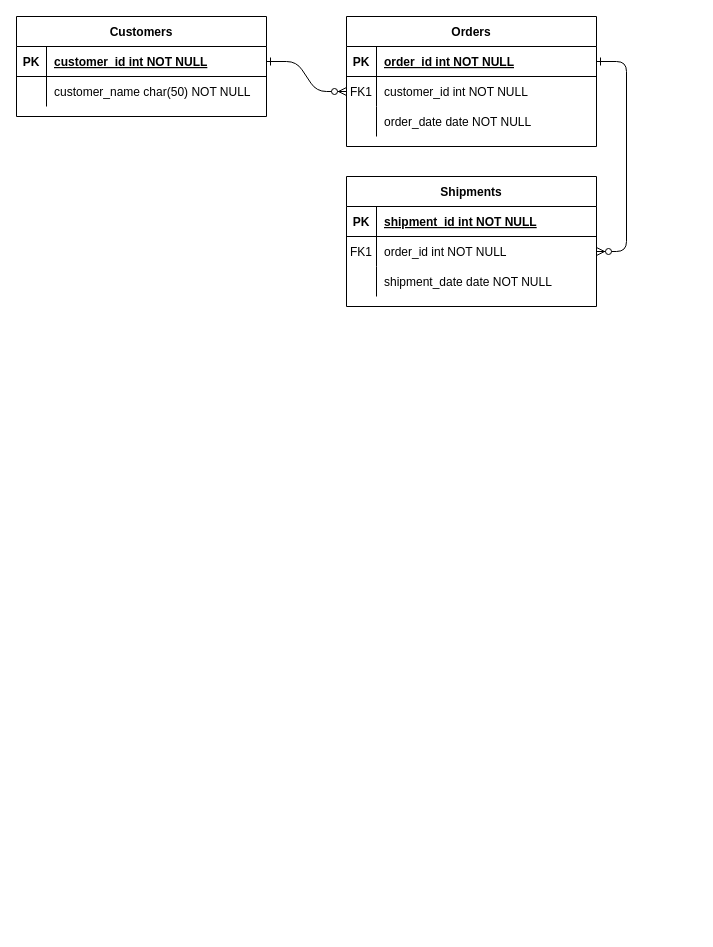
The draw.io diagram Untitled Diagram.drawio in Tr3kkR/Kenneth, before the edit. Source tidied: cells renumbered, new cells numbered last; positions are measured from the earlier drawing's top-left corner, leaving out a move shared by most shapes. Both pictures are drawn from the tidied source at 100%, with x=0, y=0 at pixel (16, 16).
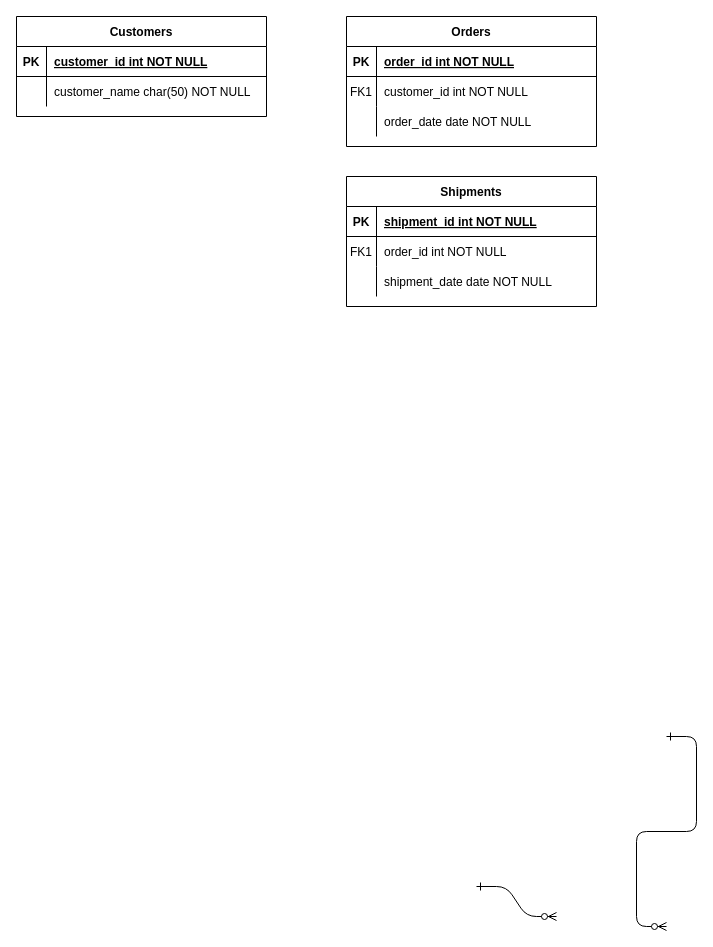
Above is the later version.

Commit message:
Kenneth Database Design.drawio

Unchanged cells that the change refers to:
```xml
<mxCell id="5" style="shape=partialRectangle;fillColor=none;points=[[0,0.5],[1,0.5]];portConstraint=eastwest;top=0;left=0;right=0;bottom=1;" parent="4" vertex="1">
  <mxGeometry y="30" width="250" height="30" as="geometry" />
</mxCell>
<mxCell id="8" style="shape=partialRectangle;fillColor=none;points=[[0,0.5],[1,0.5]];portConstraint=eastwest;top=0;left=0;right=0;bottom=0;" parent="4" vertex="1">
  <mxGeometry y="60" width="250" height="30" as="geometry" />
</mxCell>
<mxCell id="18" style="shape=partialRectangle;fillColor=none;points=[[0,0.5],[1,0.5]];portConstraint=eastwest;top=0;left=0;right=0;bottom=0;" parent="14" vertex="1">
  <mxGeometry y="60" width="250" height="30" as="geometry" />
</mxCell>
<mxCell id="25" style="shape=partialRectangle;fillColor=none;points=[[0,0.5],[1,0.5]];portConstraint=eastwest;top=0;left=0;right=0;bottom=1;" parent="24" vertex="1">
  <mxGeometry y="30" width="250" height="30" as="geometry" />
</mxCell>
```

Change to the diagram source:
```diff
@@
-    <mxCell id="2" style="edgeStyle=entityRelationEdgeStyle;endArrow=ERzeroToMany;startArrow=ERone;endFill=1;startFill=0;" parent="1" edge="1" source="25" target="8">
-      <mxGeometry relative="1" as="geometry" />
+    <mxCell id="2" style="edgeStyle=entityRelationEdgeStyle;endArrow=ERzeroToMany;startArrow=ERone;endFill=1;startFill=0;" parent="1" edge="1">
+      <mxGeometry relative="1" as="geometry">
+        <mxPoint x="460" y="870" as="sourcePoint" />
+        <mxPoint x="540" y="900" as="targetPoint" />
+      </mxGeometry>
     </mxCell>
-    <mxCell id="3" style="edgeStyle=entityRelationEdgeStyle;endArrow=ERzeroToMany;startArrow=ERone;endFill=1;startFill=0;" parent="1" edge="1" source="5" target="18">
-      <mxGeometry relative="1" as="geometry" />
+    <mxCell id="3" style="edgeStyle=entityRelationEdgeStyle;endArrow=ERzeroToMany;startArrow=ERone;endFill=1;startFill=0;" parent="1" edge="1">
+      <mxGeometry relative="1" as="geometry">
+        <mxPoint x="650" y="720" as="sourcePoint" />
+        <mxPoint x="650" y="910" as="targetPoint" />
+      </mxGeometry>
     </mxCell>
```
